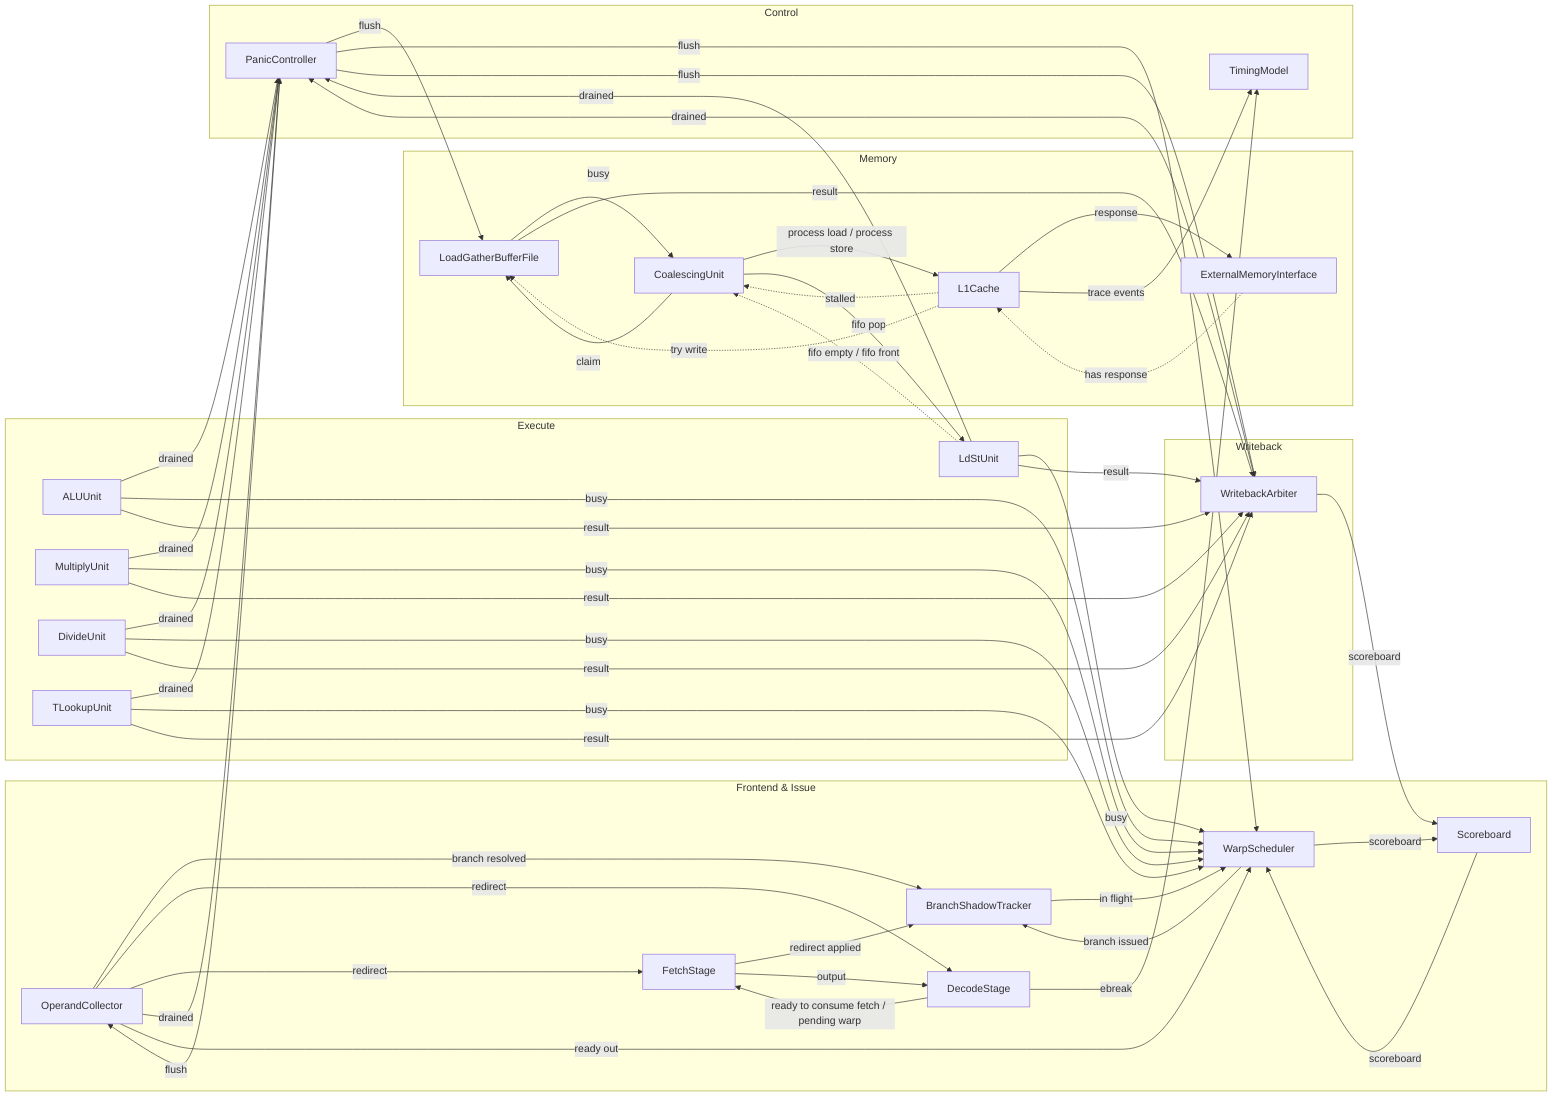
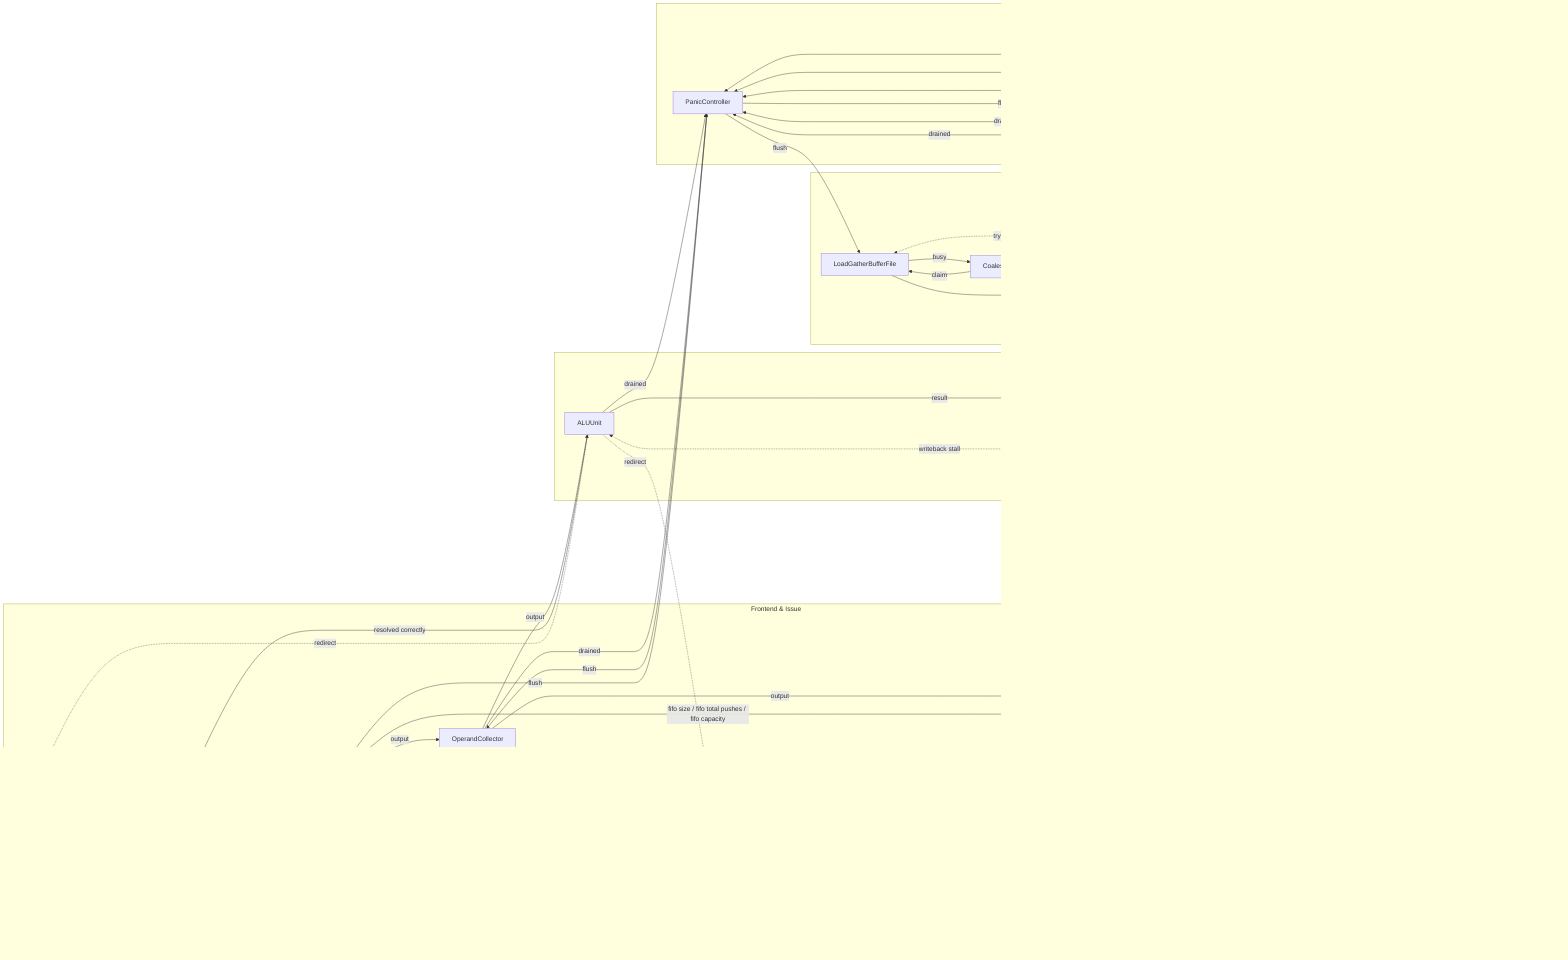
flowchart LR
  subgraph Frontend_and_Issue["Frontend & Issue"]
    FetchStage
    DecodeStage
    WarpScheduler
    Scoreboard
    BranchShadowTracker
    OperandCollector
  end
  subgraph Execute["Execute"]
    ALUUnit
    MultiplyUnit
    DivideUnit
    TLookupUnit
    LdStUnit
  end
  subgraph Memory["Memory"]
    CoalescingUnit
    LoadGatherBufferFile
    L1Cache
    ExternalMemoryInterface
  end
  subgraph Writeback["Writeback"]
    WritebackArbiter
  end
  subgraph Control["Control"]
    PanicController
    TimingModel
  end
+   ALUUnit -->|resolved correctly| BranchShadowTracker
+   ALUUnit -.->|redirect| DecodeStage
+   ALUUnit -.->|redirect| FetchStage
  ALUUnit -->|drained| PanicController
-   ALUUnit -->|busy| WarpScheduler
  ALUUnit -->|result| WritebackArbiter
  BranchShadowTracker -->|in flight| WarpScheduler
-   CoalescingUnit -->|process load / process store| L1Cache
-   CoalescingUnit -->|fifo pop| LdStUnit
+   CoalescingUnit -->|next load cmd / next store cmd| L1Cache
+   CoalescingUnit -->|pop front| LdStUnit
  CoalescingUnit -->|claim| LoadGatherBufferFile
-   DecodeStage -->|ready to consume fetch / pending warp| FetchStage
+   DecodeStage -->|busy / pending warp| FetchStage
  DecodeStage -->|ebreak| TimingModel
  DivideUnit -->|drained| PanicController
-   DivideUnit -->|busy| WarpScheduler
  DivideUnit -->|result| WritebackArbiter
-   ExternalMemoryInterface -.->|has response| L1Cache
+   ExternalMemoryInterface -->|has response| L1Cache
  FetchStage -->|redirect applied| BranchShadowTracker
  FetchStage -->|output| DecodeStage
-   L1Cache -.->|stalled| CoalescingUnit
-   L1Cache -->|response| ExternalMemoryInterface
+   L1Cache -.->|cmd ready| CoalescingUnit
+   L1Cache -->|response / next read request| ExternalMemoryInterface
  L1Cache -.->|try write| LoadGatherBufferFile
  L1Cache -->|trace events| TimingModel
-   LdStUnit -.->|fifo empty / fifo front| CoalescingUnit
+   LdStUnit -->|fifo empty / fifo front| CoalescingUnit
  LdStUnit -->|drained| PanicController
-   LdStUnit -->|busy| WarpScheduler
+   LdStUnit -->|fifo size / fifo total pushes / fifo capacity| WarpScheduler
  LdStUnit -->|result| WritebackArbiter
  LoadGatherBufferFile -->|busy| CoalescingUnit
  LoadGatherBufferFile -->|result| WritebackArbiter
  MultiplyUnit -->|drained| PanicController
-   MultiplyUnit -->|busy| WarpScheduler
  MultiplyUnit -->|result| WritebackArbiter
-   OperandCollector -->|branch resolved| BranchShadowTracker
-   OperandCollector -->|redirect| DecodeStage
-   OperandCollector -->|redirect| FetchStage
+   OperandCollector -->|output| ALUUnit
+   OperandCollector -->|output| DivideUnit
+   OperandCollector -->|output| LdStUnit
+   OperandCollector -->|output| MultiplyUnit
  OperandCollector -->|drained| PanicController
-   OperandCollector -->|ready out| WarpScheduler
+   OperandCollector -->|output| TLookupUnit
  PanicController -->|flush| LoadGatherBufferFile
  PanicController -->|flush| OperandCollector
  PanicController -->|flush| WarpScheduler
  PanicController -->|flush| WritebackArbiter
  Scoreboard -->|scoreboard| WarpScheduler
  TLookupUnit -->|drained| PanicController
-   TLookupUnit -->|busy| WarpScheduler
  TLookupUnit -->|result| WritebackArbiter
  WarpScheduler -->|branch issued| BranchShadowTracker
+   WarpScheduler -->|output| OperandCollector
  WarpScheduler -->|scoreboard| Scoreboard
+   WritebackArbiter -.->|writeback stall| ALUUnit
+   WritebackArbiter -.->|writeback stall| DivideUnit
+   WritebackArbiter -.->|writeback stall| LdStUnit
+   WritebackArbiter -.->|writeback stall| MultiplyUnit
+   WritebackArbiter -.->|writeback stall| OperandCollector
  WritebackArbiter -->|drained| PanicController
  WritebackArbiter -->|scoreboard| Scoreboard
+   WritebackArbiter -.->|writeback stall| TLookupUnit
+   WritebackArbiter -.->|writeback stall| WarpScheduler
